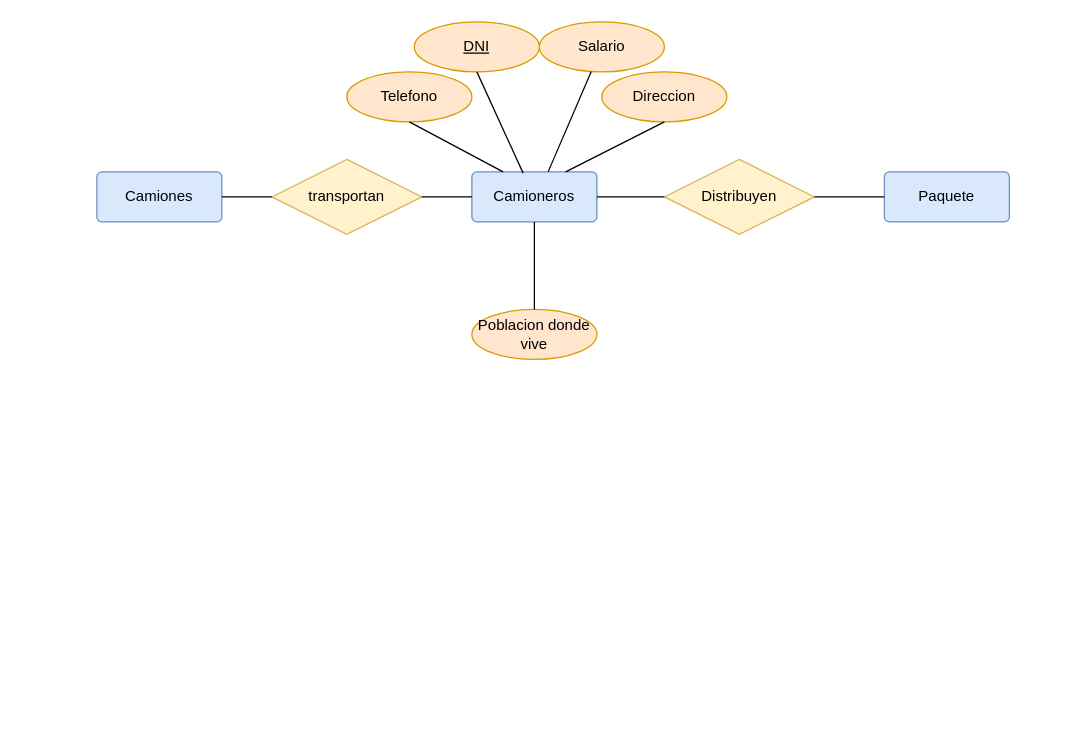
The draw.io diagram Unidad1/Tareas/Tarea 3/Diagrama sin título.drawio in JVC0/Base-Datos, before the edit. Source tidied: cells renumbered, new cells numbered last; positions are measured from the earlier drawing's top-left corner, leaving out a move shared by most shapes. Both pictures are drawn from the tidied source at 125%, with x=0, y=0 at pixel (96, 21).
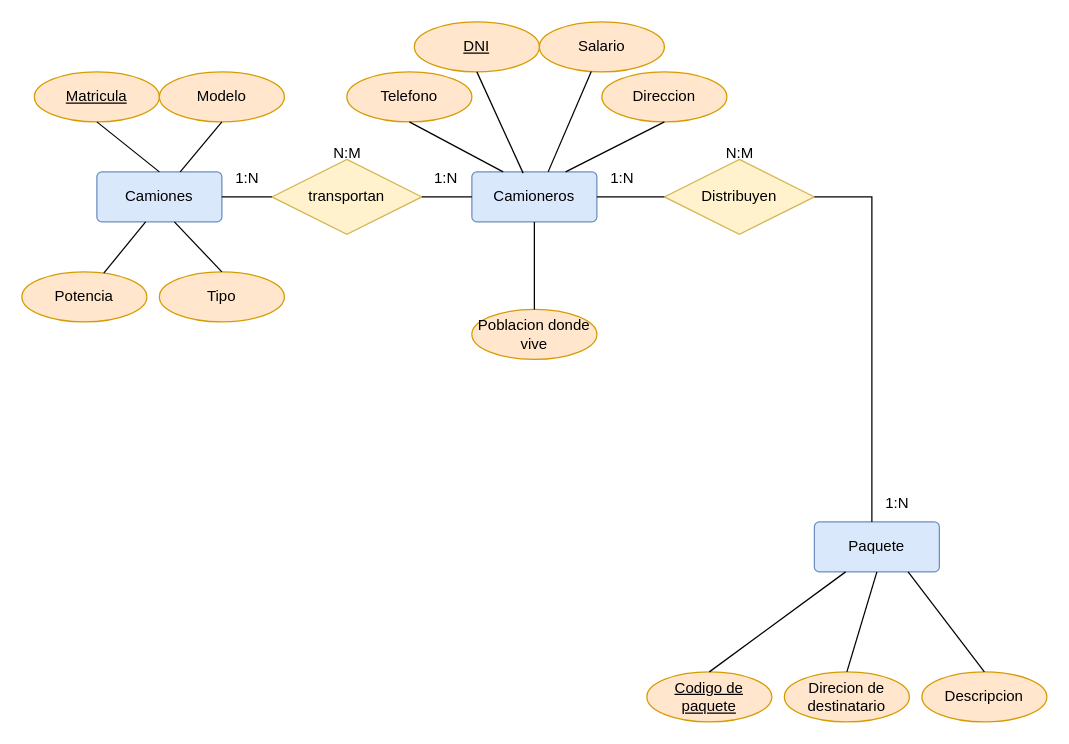
The same page after the edit.

Unchanged cells that the change refers to:
```xml
<mxCell id="2" value="Camiones" style="rounded=1;arcSize=10;whiteSpace=wrap;html=1;align=center;fillColor=#dae8fc;strokeColor=#6c8ebf;" parent="1" vertex="1">
  <mxGeometry y="120" width="100" height="40" as="geometry" />
</mxCell>
<mxCell id="18" value="Distribuyen" style="shape=rhombus;perimeter=rhombusPerimeter;whiteSpace=wrap;html=1;align=center;fillColor=#fff2cc;strokeColor=#d6b656;" parent="1" vertex="1">
  <mxGeometry x="454" y="110" width="120" height="60" as="geometry" />
</mxCell>
```

The edit, as a diff of the source:
```diff
@@
     <mxCell id="3" value="Paquete" style="rounded=1;arcSize=10;whiteSpace=wrap;html=1;align=center;fillColor=#dae8fc;strokeColor=#6c8ebf;" parent="1" vertex="1">
-      <mxGeometry x="630" y="120" width="100" height="40" as="geometry" />
+      <mxGeometry x="574" y="400" width="100" height="40" as="geometry" />
     </mxCell>
@@
-    <mxCell id="20" style="endArrow=none;html=1;rounded=0;entryX=0;entryY=0.5;entryDx=0;entryDy=0;exitX=1;exitY=0.5;exitDx=0;exitDy=0;" parent="1" edge="1" source="18" target="3">
-      <mxGeometry relative="1" as="geometry" />
+    <mxCell id="20" style="endArrow=none;html=1;rounded=0;exitX=1;exitY=0.5;exitDx=0;exitDy=0;" parent="1" edge="1" source="18">
+      <mxGeometry relative="1" as="geometry">
+        <mxPoint x="620" y="400" as="targetPoint" />
+        <Array as="points">
+          <mxPoint x="620" y="140" />
+        </Array>
+      </mxGeometry>
     </mxCell>
+    <mxCell id="21" value="Codigo de paquete" style="ellipse;whiteSpace=wrap;html=1;align=center;fontStyle=4;fillColor=#ffe6cc;strokeColor=#d79b00;" parent="1" vertex="1">
+      <mxGeometry x="440" y="520" width="100" height="40" as="geometry" />
+    </mxCell>
+    <mxCell id="22" value="Descripcion" style="ellipse;whiteSpace=wrap;html=1;align=center;fillColor=#ffe6cc;strokeColor=#d79b00;" parent="1" vertex="1">
+      <mxGeometry x="660" y="520" width="100" height="40" as="geometry" />
+    </mxCell>
+    <mxCell id="23" value="Direcion de destinatario" style="ellipse;whiteSpace=wrap;html=1;align=center;fillColor=#ffe6cc;strokeColor=#d79b00;" parent="1" vertex="1">
+      <mxGeometry x="550" y="520" width="100" height="40" as="geometry" />
+    </mxCell>
+    <mxCell id="24" style="endArrow=none;html=1;rounded=0;entryX=0.25;entryY=1;entryDx=0;entryDy=0;exitX=0.5;exitY=0;exitDx=0;exitDy=0;" parent="1" edge="1" source="21" target="3">
+      <mxGeometry relative="1" as="geometry" />
+    </mxCell>
+    <mxCell id="25" style="endArrow=none;html=1;rounded=0;entryX=0.5;entryY=1;entryDx=0;entryDy=0;exitX=0.5;exitY=0;exitDx=0;exitDy=0;" parent="1" edge="1" source="23" target="3">
+      <mxGeometry relative="1" as="geometry" />
+    </mxCell>
+    <mxCell id="26" style="endArrow=none;html=1;rounded=0;entryX=0.5;entryY=0;entryDx=0;entryDy=0;exitX=0.75;exitY=1;exitDx=0;exitDy=0;" parent="1" edge="1" source="3" target="22">
+      <mxGeometry relative="1" as="geometry" />
+    </mxCell>
+    <mxCell id="27" value="Matricula" style="ellipse;whiteSpace=wrap;html=1;align=center;fontStyle=4;fillColor=#ffe6cc;strokeColor=#d79b00;" parent="1" vertex="1">
+      <mxGeometry x="-50" y="40" width="100" height="40" as="geometry" />
+    </mxCell>
+    <mxCell id="28" value="&lt;div&gt;Modelo&lt;/div&gt;" style="ellipse;whiteSpace=wrap;html=1;align=center;fillColor=#ffe6cc;strokeColor=#d79b00;" parent="1" vertex="1">
+      <mxGeometry x="50" y="40" width="100" height="40" as="geometry" />
+    </mxCell>
+    <mxCell id="29" value="&lt;div&gt;Tipo&lt;/div&gt;" style="ellipse;whiteSpace=wrap;html=1;align=center;fillColor=#ffe6cc;strokeColor=#d79b00;" parent="1" vertex="1">
+      <mxGeometry x="50" y="200" width="100" height="40" as="geometry" />
+    </mxCell>
+    <mxCell id="30" value="Potencia" style="ellipse;whiteSpace=wrap;html=1;align=center;fillColor=#ffe6cc;strokeColor=#d79b00;" parent="1" vertex="1">
+      <mxGeometry x="-60" y="200" width="100" height="40" as="geometry" />
+    </mxCell>
+    <mxCell id="31" style="endArrow=none;html=1;rounded=0;entryX=0.62;entryY=1;entryDx=0;entryDy=0;exitX=0.5;exitY=0;exitDx=0;exitDy=0;entryPerimeter=0;" parent="1" edge="1" source="29" target="2">
+      <mxGeometry relative="1" as="geometry" />
+    </mxCell>
+    <mxCell id="32" style="endArrow=none;html=1;rounded=0;entryX=0.39;entryY=1;entryDx=0;entryDy=0;entryPerimeter=0;" parent="1" edge="1" source="30" target="2">
+      <mxGeometry relative="1" as="geometry" />
+    </mxCell>
+    <mxCell id="33" style="endArrow=none;html=1;rounded=0;entryX=0.5;entryY=1;entryDx=0;entryDy=0;" parent="1" edge="1" source="2" target="28">
+      <mxGeometry relative="1" as="geometry" />
+    </mxCell>
+    <mxCell id="34" style="endArrow=none;html=1;rounded=0;entryX=0.5;entryY=1;entryDx=0;entryDy=0;exitX=0.5;exitY=0;exitDx=0;exitDy=0;" parent="1" edge="1" source="2" target="27">
+      <mxGeometry relative="1" as="geometry" />
+    </mxCell>
+    <mxCell id="35" value="N:M" style="text;html=1;align=center;verticalAlign=middle;strokeColor=none;fillColor=none;" parent="1" vertex="1">
+      <mxGeometry x="175" y="90" width="50" height="30" as="geometry" />
+    </mxCell>
+    <mxCell id="36" value="1:N" style="text;html=1;align=center;verticalAlign=middle;strokeColor=none;fillColor=none;" parent="1" vertex="1">
+      <mxGeometry x="100" y="110" width="40" height="30" as="geometry" />
+    </mxCell>
+    <mxCell id="37" value="1:N" style="text;html=1;align=center;verticalAlign=middle;strokeColor=none;fillColor=none;" parent="1" vertex="1">
+      <mxGeometry x="259" y="110" width="40" height="30" as="geometry" />
+    </mxCell>
+    <mxCell id="38" value="N:M" style="text;html=1;align=center;verticalAlign=middle;strokeColor=none;fillColor=none;" parent="1" vertex="1">
+      <mxGeometry x="489" y="90" width="50" height="30" as="geometry" />
+    </mxCell>
+    <mxCell id="39" value="1:N" style="text;html=1;align=center;verticalAlign=middle;strokeColor=none;fillColor=none;" parent="1" vertex="1">
+      <mxGeometry x="400" y="110" width="40" height="30" as="geometry" />
+    </mxCell>
+    <mxCell id="40" value="1:N" style="text;html=1;align=center;verticalAlign=middle;strokeColor=none;fillColor=none;" parent="1" vertex="1">
+      <mxGeometry x="620" y="370" width="40" height="30" as="geometry" />
+    </mxCell>
```
